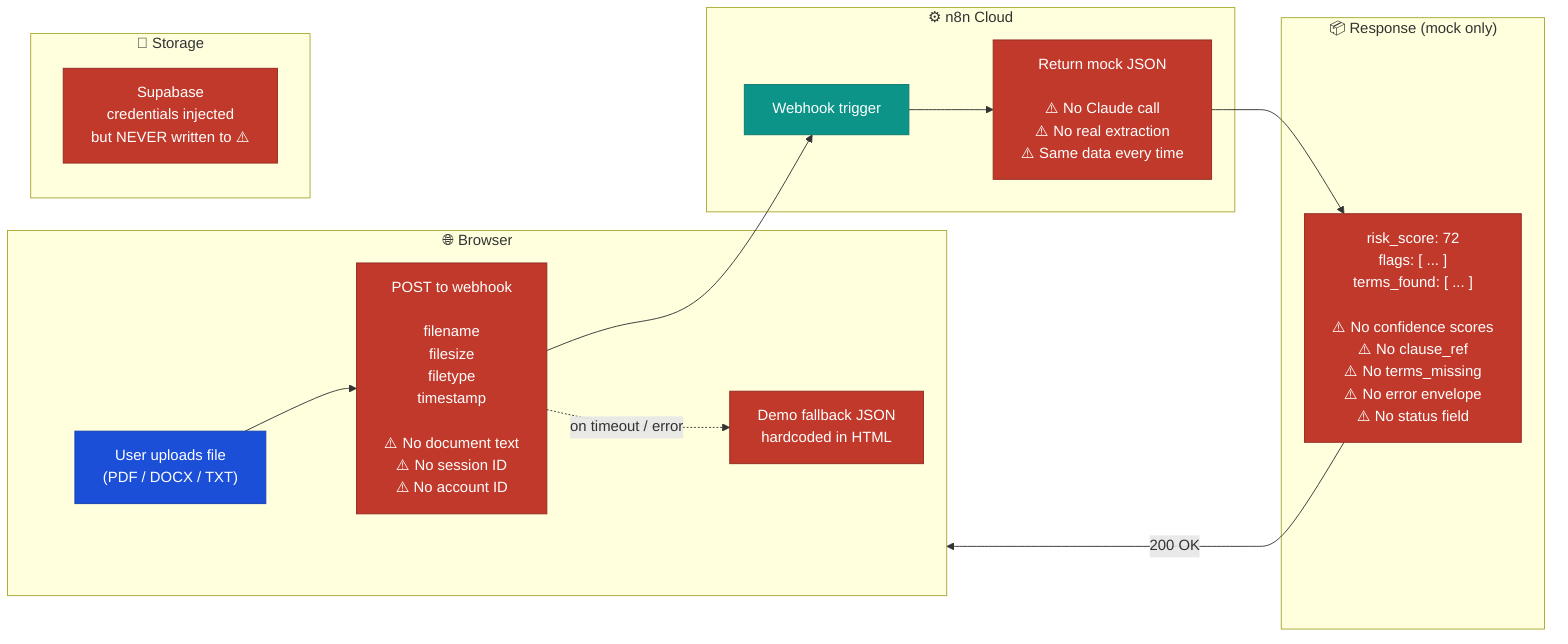
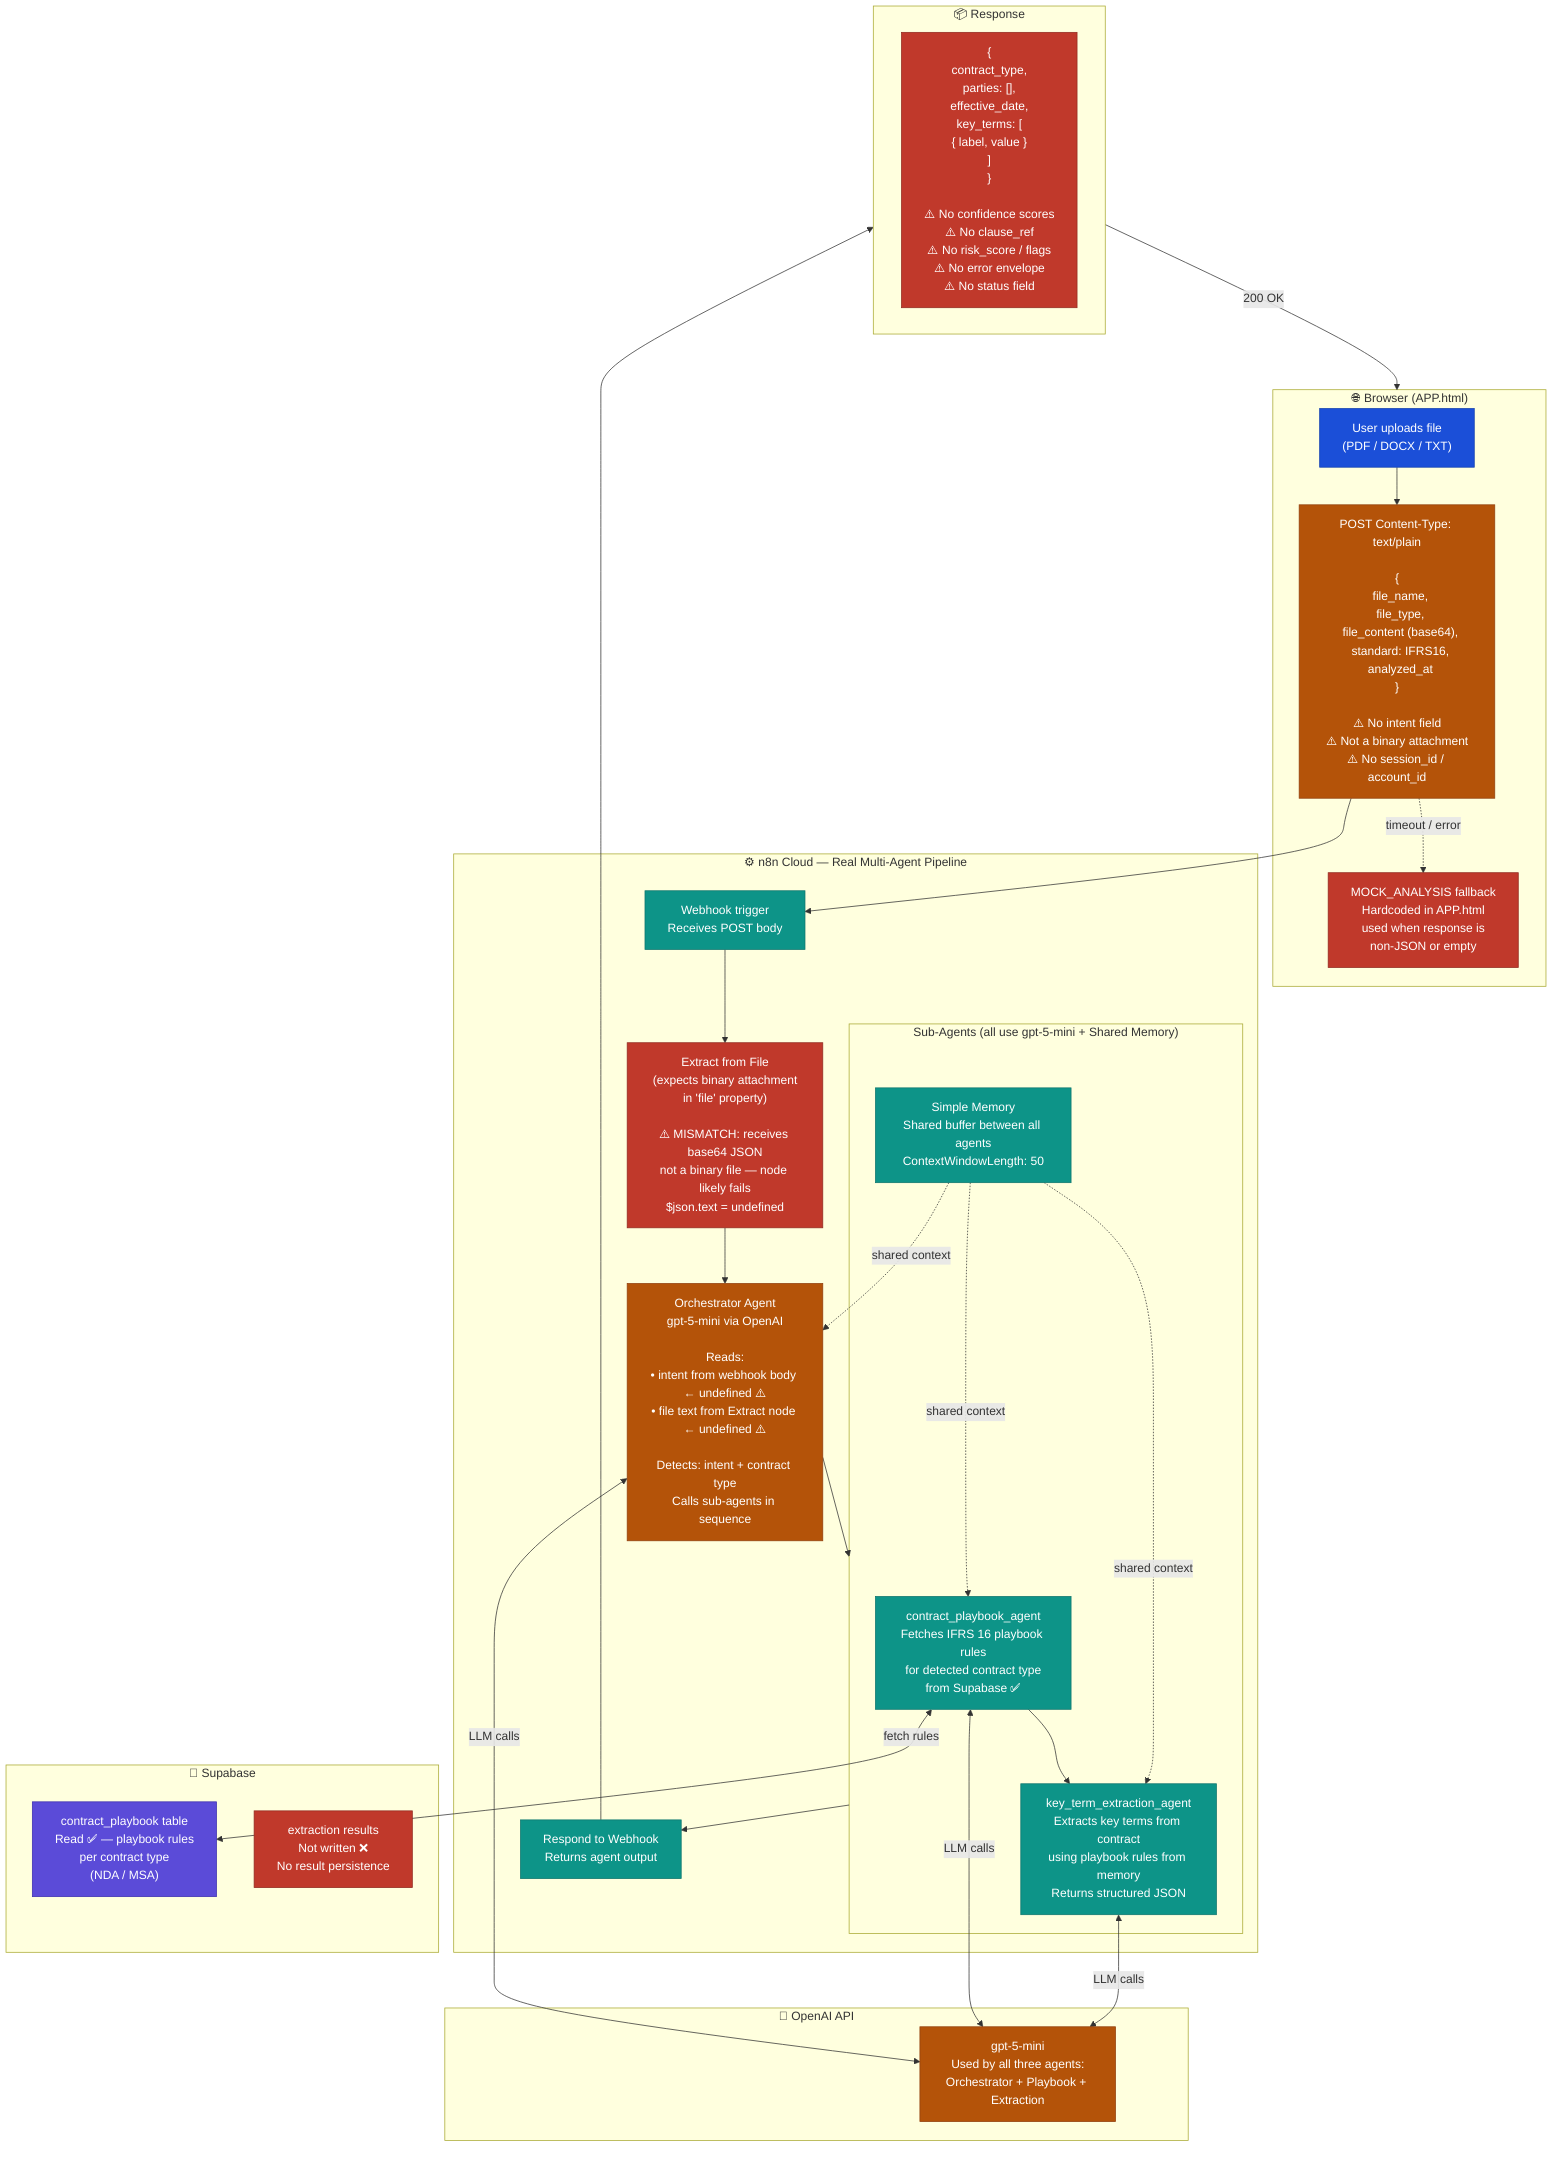
- flowchart LR
+ flowchart TD
    classDef client fill:#1B4FD8,stroke:#1340B0,color:#fff
    classDef n8n fill:#0D9488,stroke:#0F766E,color:#fff
+     classDef openai fill:#B45309,stroke:#92400E,color:#fff
    classDef gap fill:#C0392B,stroke:#922B21,color:#fff
-     classDef storage fill:#6B7E8D,stroke:#3D4F5C,color:#fff
+     classDef storage fill:#5B4BD8,stroke:#3D2FB0,color:#fff
+     classDef warn fill:#B45309,stroke:#92400E,color:#fff

-     subgraph Browser["🌐 Browser"]
+     subgraph Browser["🌐 Browser (APP.html)"]
        UPLOAD["User uploads file\n(PDF / DOCX / TXT)"]:::client
-         POST["POST to webhook\n\nfilename\nfilesize\nfiletype\ntimestamp\n\n⚠️ No document text\n⚠️ No session ID\n⚠️ No account ID"]:::gap
-         FALLBACK["Demo fallback JSON\nhardcoded in HTML"]:::gap
+         POST["POST Content-Type: text/plain\n\n{\n  file_name,\n  file_type,\n  file_content (base64),\n  standard: IFRS16,\n  analyzed_at\n}\n\n⚠️ No intent field\n⚠️ Not a binary attachment\n⚠️ No session_id / account_id"]:::warn
+         FALLBACK["MOCK_ANALYSIS fallback\nHardcoded in APP.html\nused when response is\nnon-JSON or empty"]:::gap
    end

-     subgraph N8N["⚙️ n8n Cloud"]
-         TRIGGER["Webhook trigger"]:::n8n
-         MOCK["Return mock JSON\n\n⚠️ No Claude call\n⚠️ No real extraction\n⚠️ Same data every time"]:::gap
+     subgraph N8N["⚙️ n8n Cloud — Real Multi-Agent Pipeline"]
+         HOOK["Webhook trigger\nReceives POST body"]:::n8n
+ 
+         EXTRACT["Extract from File\n(expects binary attachment\nin 'file' property)\n\n⚠️ MISMATCH: receives base64 JSON\nnot a binary file — node likely fails\n$json.text = undefined"]:::gap
+ 
+         ORCH["Orchestrator Agent\ngpt-5-mini via OpenAI\n\nReads:\n• intent from webhook body ← undefined ⚠️\n• file text from Extract node ← undefined ⚠️\n\nDetects: intent + contract type\nCalls sub-agents in sequence"]:::openai
+ 
+         subgraph SubAgents["Sub-Agents (all use gpt-5-mini + Shared Memory)"]
+             PLAYBOOK["contract_playbook_agent\nFetches IFRS 16 playbook rules\nfor detected contract type\nfrom Supabase ✅"]:::n8n
+             EXTRACT_AGENT["key_term_extraction_agent\nExtracts key terms from contract\nusing playbook rules from memory\nReturns structured JSON"]:::n8n
+             MEMORY["Simple Memory\nShared buffer between all agents\nContextWindowLength: 50"]:::n8n
+         end
+ 
+         RESPOND["Respond to Webhook\nReturns agent output"]:::n8n
+ 
+         HOOK --> EXTRACT --> ORCH
+         ORCH --> SubAgents
+         PLAYBOOK --> EXTRACT_AGENT
+         MEMORY -.->|"shared context"| ORCH
+         MEMORY -.->|"shared context"| PLAYBOOK
+         MEMORY -.->|"shared context"| EXTRACT_AGENT
+         SubAgents --> RESPOND
    end

-     subgraph Response["📦 Response (mock only)"]
-         RESP["risk_score: 72\nflags: [ ... ]\nterms_found: [ ... ]\n\n⚠️ No confidence scores\n⚠️ No clause_ref\n⚠️ No terms_missing\n⚠️ No error envelope\n⚠️ No status field"]:::gap
+     subgraph Supabase["💾 Supabase"]
+         DB_READ["contract_playbook table\nRead ✅ — playbook rules\nper contract type\n(NDA / MSA)"]:::storage
+         DB_WRITE["extraction results\nNot written ❌\nNo result persistence"]:::gap
    end

-     subgraph Storage["💾 Storage"]
-         SUPA["Supabase\ncredentials injected\nbut NEVER written to ⚠️"]:::gap
+     subgraph OpenAI["🤖 OpenAI API"]
+         MODEL["gpt-5-mini\nUsed by all three agents:\nOrchestrator + Playbook + Extraction"]:::openai
    end

-     UPLOAD --> POST --> TRIGGER --> MOCK --> RESP
-     POST -.->|"on timeout / error"| FALLBACK
-     RESP -->|"200 OK"| Browser
+     subgraph Response["📦 Response"]
+         RESP["{\n  contract_type,\n  parties: [],\n  effective_date,\n  key_terms: [\n    { label, value }\n  ]\n}\n\n⚠️ No confidence scores\n⚠️ No clause_ref\n⚠️ No risk_score / flags\n⚠️ No error envelope\n⚠️ No status field"]:::gap
+     end
+ 
+     UPLOAD --> POST --> HOOK
+     POST -.->|"timeout / error"| FALLBACK
+     ORCH <-->|"LLM calls"| MODEL
+     PLAYBOOK <-->|"LLM calls"| MODEL
+     EXTRACT_AGENT <-->|"LLM calls"| MODEL
+     PLAYBOOK <-->|"fetch rules"| DB_READ
+     RESPOND --> Response
+     Response -->|"200 OK"| Browser
